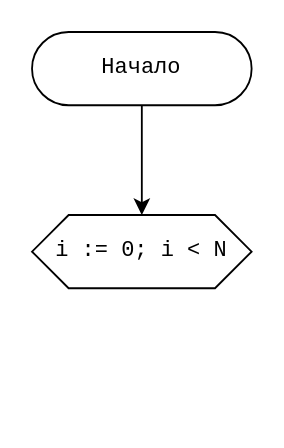
Before: lab_06_1_selection-sort.drawio in 4gottendreamer/Diagrams-drawio, a draw.io diagram. Source tidied: cells renumbered, new cells numbered last; positions are measured from the earlier drawing's top-left corner, leaving out a move shared by most shapes. Both pictures are drawn from the tidied source at 183%, with x=0, y=0 at pixel (31, 31).
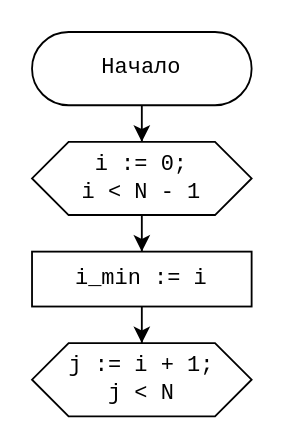
The same diagram, later.

Diff of the diagram source:
```diff
@@
 <mxGraphModel>
   <root>
     <mxCell id="0" />
     <mxCell id="1" parent="0" />
     <mxCell id="2" style="edgeStyle=orthogonalEdgeStyle;rounded=0;jettySize=auto;html=1;fontFamily=Consolas;" parent="1" edge="1" source="3" target="4">
       <mxGeometry relative="1" as="geometry" />
     </mxCell>
     <mxCell id="3" value="Начало" style="rounded=1;whiteSpace=wrap;html=1;arcSize=50;fontFamily=Consolas;" parent="1" vertex="1">
       <mxGeometry width="120" height="40" as="geometry" />
     </mxCell>
+    <mxCell id="5" style="edgeStyle=orthogonalEdgeStyle;rounded=0;jettySize=auto;html=1;fontFamily=Consolas;" parent="1" edge="1" source="4" target="7">
+      <mxGeometry relative="1" as="geometry" />
+    </mxCell>
-    <mxCell id="4" value="i := 0; i &amp;lt; N" style="shape=hexagon;perimeter=hexagonPerimeter2;whiteSpace=wrap;html=1;fixedSize=1;rounded=1;fontFamily=Consolas;arcSize=0;" parent="1" vertex="1">
-      <mxGeometry y="100" width="120" height="40" as="geometry" />
+    <mxCell id="4" value="&lt;div&gt;i := 0;&lt;/div&gt;&lt;div&gt;i &amp;lt; N - 1&lt;/div&gt;" style="shape=hexagon;perimeter=hexagonPerimeter2;whiteSpace=wrap;html=1;fixedSize=1;rounded=1;fontFamily=Consolas;arcSize=0;" parent="1" vertex="1">
+      <mxGeometry y="60" width="120" height="40" as="geometry" />
     </mxCell>
+    <mxCell id="6" style="edgeStyle=orthogonalEdgeStyle;rounded=0;jettySize=auto;html=1;fontFamily=Consolas;" parent="1" edge="1" source="7" target="8">
+      <mxGeometry relative="1" as="geometry" />
+    </mxCell>
+    <mxCell id="7" value="i_min := i" style="whiteSpace=wrap;html=1;rounded=1;fontFamily=Consolas;arcSize=0;" parent="1" vertex="1">
+      <mxGeometry y="120" width="120" height="30" as="geometry" />
+    </mxCell>
+    <mxCell id="8" value="&lt;div&gt;j := i + 1;&lt;/div&gt;&lt;div&gt;j &amp;lt; N&lt;/div&gt;" style="shape=hexagon;perimeter=hexagonPerimeter2;whiteSpace=wrap;html=1;fixedSize=1;rounded=1;fontFamily=Consolas;arcSize=0;" parent="1" vertex="1">
+      <mxGeometry y="170" width="120" height="40" as="geometry" />
+    </mxCell>
   </root>
 </mxGraphModel>
```
